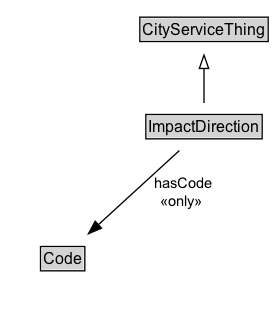
Above: docs/diagrams/ImpactDirection.dot.png in ISO-TC204/ontology-cdm-p2-v1 (Graphviz), before the change. Its source is kept beside it as docs/diagrams/ImpactDirection.dot. Its diagram source:
```dot
digraph {
	graph [overlap=false rankdir=TB splines=true]
	node [fontname=Arial fontsize=12 margin=0 shape=none]
	edge [fontname=Arial fontsize=11]
	{
		rank=max
		ImpactDirection [label=<<TABLE BORDER="1" CELLBORDER="0" CELLSPACING="0" CELLPADDING="1"><TR><TD BGCOLOR="lightgray" ALIGN="CENTER" PORT="e">ImpactDirection</TD></TR></TABLE>> URL="../ImpactDirection.md" margin=0]
	}
	subgraph cluster_associated {
		label="" style=invis
		Invis [label=<<TABLE BORDER="0" CELLBORDER="0" CELLSPACING="0" CELLPADDING="1"><TR><TD></TD></TR></TABLE>> margin=0 style=invis]
		Code [label=<<TABLE BORDER="1" CELLBORDER="0" CELLSPACING="0" CELLPADDING="1"><TR><TD BGCOLOR="lightgray" ALIGN="CENTER">Code</TD></TR></TABLE>> URL="../Code.md" margin=0]
	}
	CityServiceThing [label=<<TABLE BORDER="1" CELLBORDER="0" CELLSPACING="0" CELLPADDING="1"><TR><TD BGCOLOR="lightgray" ALIGN="CENTER">CityServiceThing</TD></TR></TABLE>> URL="../CityServiceThing.md" margin=0]
	ImpactDirection -> CityServiceThing [arrowhead=onormal style=solid]
	ImpactDirection -> Invis [style=invis]
	Invis -> Code [style=invis]
	ImpactDirection -> Code [label=" hasCode
 «only»  " arrowhead=normal style=solid]
}
```
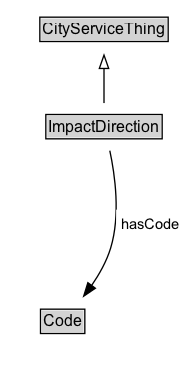
The same diagram one commit later.

Diff of the diagram source:
```diff
@@ -3,18 +3,21 @@
 	node [fontname=Arial fontsize=12 margin=0 shape=none]
 	edge [fontname=Arial fontsize=11]
 	{
+		rank=source
+		CityServiceThing [label=<<TABLE BORDER="1" CELLBORDER="0" CELLSPACING="0" CELLPADDING="1"><TR><TD BGCOLOR="lightgray" ALIGN="CENTER">CityServiceThing</TD></TR></TABLE>> URL="../CityServiceThing" margin=0]
+	}
+	ImpactDirection [label=<<TABLE BORDER="1" CELLBORDER="0" CELLSPACING="0" CELLPADDING="1"><TR><TD BGCOLOR="lightgray" ALIGN="CENTER">ImpactDirection</TD></TR></TABLE>> URL="../ImpactDirection" margin=0]
+	{
 		rank=max
-		ImpactDirection [label=<<TABLE BORDER="1" CELLBORDER="0" CELLSPACING="0" CELLPADDING="1"><TR><TD BGCOLOR="lightgray" ALIGN="CENTER" PORT="e">ImpactDirection</TD></TR></TABLE>> URL="../ImpactDirection.md" margin=0]
 	}
 	subgraph cluster_associated {
 		label="" style=invis
 		Invis [label=<<TABLE BORDER="0" CELLBORDER="0" CELLSPACING="0" CELLPADDING="1"><TR><TD></TD></TR></TABLE>> margin=0 style=invis]
-		Code [label=<<TABLE BORDER="1" CELLBORDER="0" CELLSPACING="0" CELLPADDING="1"><TR><TD BGCOLOR="lightgray" ALIGN="CENTER">Code</TD></TR></TABLE>> URL="../Code.md" margin=0]
+		Code [label=<<TABLE BORDER="1" CELLBORDER="0" CELLSPACING="0" CELLPADDING="1"><TR><TD BGCOLOR="lightgray" ALIGN="CENTER">Code</TD></TR></TABLE>> URL="../Code" margin=0]
 	}
-	CityServiceThing [label=<<TABLE BORDER="1" CELLBORDER="0" CELLSPACING="0" CELLPADDING="1"><TR><TD BGCOLOR="lightgray" ALIGN="CENTER">CityServiceThing</TD></TR></TABLE>> URL="../CityServiceThing.md" margin=0]
 	ImpactDirection -> CityServiceThing [arrowhead=onormal style=solid]
 	ImpactDirection -> Invis [style=invis]
 	Invis -> Code [style=invis]
-	ImpactDirection -> Code [label=" hasCode
- «only»  " arrowhead=normal style=solid]
+	Code [label=<<TABLE BORDER="1" CELLBORDER="0" CELLSPACING="0" CELLPADDING="1"><TR><TD BGCOLOR="lightgray" ALIGN="CENTER">Code</TD></TR></TABLE>> URL="../Code" margin=0]
+	ImpactDirection -> Code [label=<<TABLE BORDER="0" CELLBORDER="0" CELLSPACING="0" CELLPADDING="4" BGCOLOR="white"><TR><TD ALIGN="CENTER">hasCode</TD></TR></TABLE>> arrowhead=normal style=solid]
 }
```
